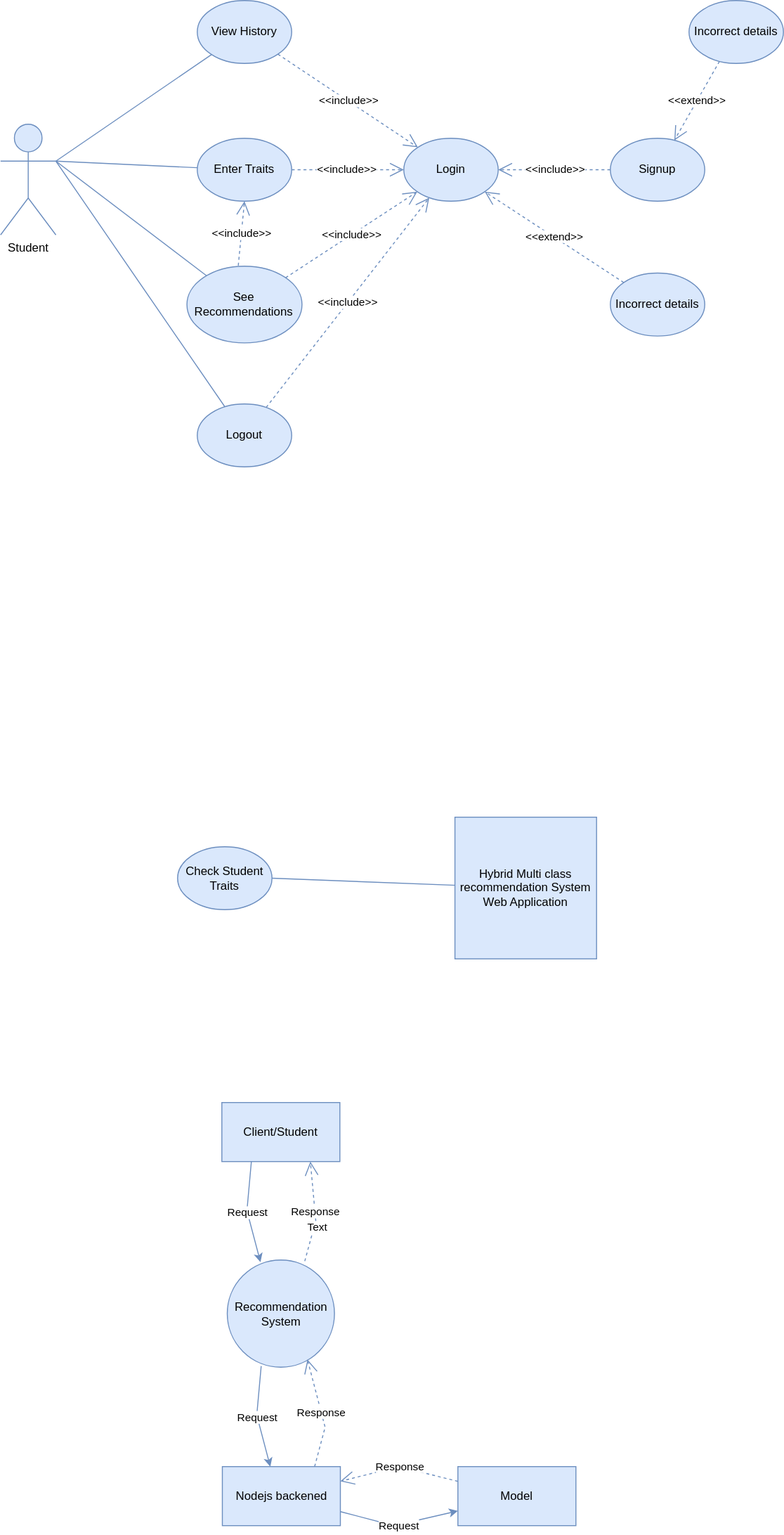
Umair-exe/fyp-diagrams keeps this draw.io diagram as useCase.svg. Above is the earlier version. Source tidied: cells renumbered, new cells last; positions are measured from the earlier drawing's top-left corner, leaving out a move shared by most shapes.
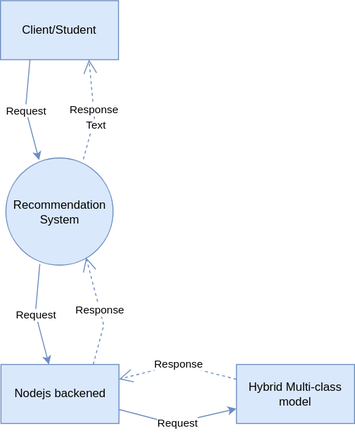
After the commit.

Change to the diagram source:
```diff
@@ -2,146 +2,77 @@
   <root>
     <mxCell id="0" />
     <mxCell id="1" parent="0" />
-    <mxCell id="2" style="endArrow=none;html=1;rounded=0;fontSize=12;entryX=0.139;entryY=0.486;entryDx=0;entryDy=0;entryPerimeter=0;exitX=1;exitY=0.5;exitDx=0;exitDy=0;fillColor=#dae8fc;strokeColor=#6c8ebf;" parent="1" edge="1" source="10" target="11">
-      <mxGeometry relative="1" as="geometry" />
-    </mxCell>
-    <mxCell id="3" value="Login" style="ellipse;whiteSpace=wrap;html=1;fillColor=#dae8fc;strokeColor=#6c8ebf;" parent="1" vertex="1">
-      <mxGeometry x="410" y="140" width="96" height="64" as="geometry" />
-    </mxCell>
-    <mxCell id="4" value="Enter Traits" style="ellipse;whiteSpace=wrap;html=1;fillColor=#dae8fc;strokeColor=#6c8ebf;" parent="1" vertex="1">
-      <mxGeometry x="200" y="140" width="96" height="64" as="geometry" />
-    </mxCell>
-    <mxCell id="5" value="&lt;font style=&quot;font-size: 12px;&quot;&gt;See Recommendations&lt;/font&gt;" style="ellipse;whiteSpace=wrap;html=1;fillColor=#dae8fc;strokeColor=#6c8ebf;" parent="1" vertex="1">
-      <mxGeometry x="189.5" y="270" width="117" height="78" as="geometry" />
-    </mxCell>
-    <mxCell id="6" value="Logout" style="ellipse;whiteSpace=wrap;html=1;fillColor=#dae8fc;strokeColor=#6c8ebf;" parent="1" vertex="1">
-      <mxGeometry x="200" y="410" width="96" height="64" as="geometry" />
-    </mxCell>
-    <mxCell id="7" style="endArrow=none;html=1;rounded=0;fillColor=#dae8fc;strokeColor=#6c8ebf;exitX=1;exitY=0.3333333333333333;exitDx=0;exitDy=0;exitPerimeter=0;" parent="1" edge="1" source="12" target="4">
-      <mxGeometry relative="1" as="geometry" />
-    </mxCell>
-    <mxCell id="8" style="endArrow=none;html=1;rounded=0;fillColor=#dae8fc;strokeColor=#6c8ebf;exitX=1;exitY=0.3333333333333333;exitDx=0;exitDy=0;exitPerimeter=0;" parent="1" edge="1" source="12" target="5">
-      <mxGeometry relative="1" as="geometry" />
-    </mxCell>
-    <mxCell id="9" style="endArrow=none;html=1;rounded=0;fillColor=#dae8fc;strokeColor=#6c8ebf;exitX=1;exitY=0.3333333333333333;exitDx=0;exitDy=0;exitPerimeter=0;" parent="1" edge="1" source="12" target="6">
-      <mxGeometry relative="1" as="geometry" />
-    </mxCell>
-    <mxCell id="10" value="Check Student Traits" style="ellipse;whiteSpace=wrap;html=1;fillColor=#dae8fc;strokeColor=#6c8ebf;" parent="1" vertex="1">
-      <mxGeometry x="180" y="860" width="96" height="64" as="geometry" />
-    </mxCell>
-    <mxCell id="11" value="Hybrid Multi class recommendation System Web Application" style="whiteSpace=wrap;html=1;fontSize=12;fillColor=#dae8fc;strokeColor=#6c8ebf;" parent="1" vertex="1">
-      <mxGeometry x="462" y="830" width="144" height="144" as="geometry" />
-    </mxCell>
-    <mxCell id="12" value="Student&lt;br&gt;" style="shape=umlActor;verticalLabelPosition=bottom;verticalAlign=top;html=1;outlineConnect=0;fillColor=#dae8fc;strokeColor=#6c8ebf;" parent="1" vertex="1">
-      <mxGeometry y="125.8" width="56.2" height="112.5" as="geometry" />
-    </mxCell>
-    <mxCell id="13" value="Signup" style="ellipse;whiteSpace=wrap;html=1;fillColor=#dae8fc;strokeColor=#6c8ebf;" parent="1" vertex="1">
-      <mxGeometry x="620" y="140" width="96" height="64" as="geometry" />
-    </mxCell>
-    <mxCell id="14" value="View History" style="ellipse;whiteSpace=wrap;html=1;fillColor=#dae8fc;strokeColor=#6c8ebf;" parent="1" vertex="1">
-      <mxGeometry x="200" width="96" height="64" as="geometry" />
-    </mxCell>
-    <mxCell id="15" style="endArrow=none;html=1;rounded=0;fillColor=#dae8fc;strokeColor=#6c8ebf;exitX=1;exitY=0.3333333333333333;exitDx=0;exitDy=0;exitPerimeter=0;" parent="1" edge="1" source="12" target="14">
-      <mxGeometry relative="1" as="geometry" />
-    </mxCell>
-    <mxCell id="16" value="&amp;lt;&amp;lt;include&amp;gt;&amp;gt;" style="endArrow=open;endSize=12;dashed=1;html=1;rounded=0;entryX=0;entryY=0;entryDx=0;entryDy=0;fillColor=#dae8fc;strokeColor=#6c8ebf;" parent="1" edge="1" source="14" target="3">
-      <mxGeometry relative="1" as="geometry" />
-    </mxCell>
-    <mxCell id="17" value="&amp;lt;&amp;lt;include&amp;gt;&amp;gt;" style="endArrow=open;endSize=12;dashed=1;html=1;rounded=0;exitX=1;exitY=0.5;exitDx=0;exitDy=0;fillColor=#dae8fc;strokeColor=#6c8ebf;" parent="1" edge="1" source="4" target="3">
-      <mxGeometry relative="1" as="geometry" />
-    </mxCell>
-    <mxCell id="18" value="&amp;lt;&amp;lt;include&amp;gt;&amp;gt;" style="endArrow=open;endSize=12;dashed=1;html=1;rounded=0;fillColor=#dae8fc;strokeColor=#6c8ebf;" parent="1" edge="1" source="5" target="3">
-      <mxGeometry relative="1" as="geometry" />
-    </mxCell>
-    <mxCell id="19" value="&amp;lt;&amp;lt;include&amp;gt;&amp;gt;" style="endArrow=open;endSize=12;dashed=1;html=1;rounded=0;fillColor=#dae8fc;strokeColor=#6c8ebf;" parent="1" edge="1" source="13" target="3">
-      <mxGeometry relative="1" as="geometry" />
-    </mxCell>
-    <mxCell id="20" value="Incorrect details" style="ellipse;whiteSpace=wrap;html=1;fillColor=#dae8fc;strokeColor=#6c8ebf;" parent="1" vertex="1">
-      <mxGeometry x="700" width="96" height="64" as="geometry" />
-    </mxCell>
-    <mxCell id="21" value="&amp;lt;&amp;lt;extend&amp;gt;&amp;gt;" style="endArrow=open;endSize=12;dashed=1;html=1;rounded=0;fillColor=#dae8fc;strokeColor=#6c8ebf;" parent="1" edge="1" source="20" target="13">
-      <mxGeometry relative="1" as="geometry" />
-    </mxCell>
-    <mxCell id="22" value="Incorrect details" style="ellipse;whiteSpace=wrap;html=1;fillColor=#dae8fc;strokeColor=#6c8ebf;" parent="1" vertex="1">
-      <mxGeometry x="620" y="277" width="96" height="64" as="geometry" />
-    </mxCell>
-    <mxCell id="23" value="&amp;lt;&amp;lt;extend&amp;gt;&amp;gt;" style="endArrow=open;endSize=12;dashed=1;html=1;rounded=0;fillColor=#dae8fc;strokeColor=#6c8ebf;" parent="1" edge="1" source="22" target="3">
-      <mxGeometry relative="1" as="geometry" />
-    </mxCell>
-    <mxCell id="24" value="&amp;lt;&amp;lt;include&amp;gt;&amp;gt;" style="endArrow=open;endSize=12;dashed=1;html=1;rounded=0;fillColor=#dae8fc;strokeColor=#6c8ebf;" parent="1" edge="1" source="6" target="3">
-      <mxGeometry relative="1" as="geometry" />
-    </mxCell>
+    <mxCell id="40" style="group;" parent="1" vertex="1">
+      <mxGeometry x="225" y="1120" width="360" height="430" as="geometry" />
+    </mxCell>
-    <mxCell id="25" value="Recommendation System" style="ellipse;whiteSpace=wrap;html=1;fillColor=#dae8fc;strokeColor=#6c8ebf;" parent="1" vertex="1">
-      <mxGeometry x="230.5" y="1280" width="109" height="109" as="geometry" />
+    <mxCell id="25" value="Recommendation System" style="ellipse;whiteSpace=wrap;html=1;fillColor=#dae8fc;strokeColor=#6c8ebf;" parent="40" vertex="1">
+      <mxGeometry x="5.5" y="160" width="109" height="109" as="geometry" />
     </mxCell>
-    <mxCell id="26" value="Client/Student" style="rounded=0;whiteSpace=wrap;html=1;fillColor=#dae8fc;strokeColor=#6c8ebf;" parent="1" vertex="1">
-      <mxGeometry x="225" y="1120" width="120" height="60" as="geometry" />
+    <mxCell id="26" value="Client/Student" style="rounded=0;whiteSpace=wrap;html=1;fillColor=#dae8fc;strokeColor=#6c8ebf;" parent="40" vertex="1">
+      <mxGeometry width="120" height="60" as="geometry" />
     </mxCell>
-    <mxCell id="27" value="Model" style="rounded=0;whiteSpace=wrap;html=1;fillColor=#dae8fc;strokeColor=#6c8ebf;" parent="1" vertex="1">
-      <mxGeometry x="465" y="1490" width="120" height="60" as="geometry" />
+    <mxCell id="27" value="Hybrid Multi-class model" style="rounded=0;whiteSpace=wrap;html=1;fillColor=#dae8fc;strokeColor=#6c8ebf;" parent="40" vertex="1">
+      <mxGeometry x="240" y="370" width="120" height="60" as="geometry" />
     </mxCell>
-    <mxCell id="28" value="Nodejs backened" style="rounded=0;whiteSpace=wrap;html=1;fillColor=#dae8fc;strokeColor=#6c8ebf;" parent="1" vertex="1">
-      <mxGeometry x="225.5" y="1490" width="120" height="60" as="geometry" />
+    <mxCell id="28" value="Nodejs backened" style="rounded=0;whiteSpace=wrap;html=1;fillColor=#dae8fc;strokeColor=#6c8ebf;" parent="40" vertex="1">
+      <mxGeometry x="0.5" y="370" width="120" height="60" as="geometry" />
     </mxCell>
-    <mxCell id="29" value="Response" style="endArrow=open;endSize=12;dashed=1;html=1;rounded=0;exitX=0.723;exitY=0.011;exitDx=0;exitDy=0;exitPerimeter=0;entryX=0.75;entryY=1;entryDx=0;entryDy=0;fillColor=#dae8fc;strokeColor=#6c8ebf;" parent="1" edge="1" source="25" target="26">
+    <mxCell id="29" value="Response" style="endArrow=open;endSize=12;dashed=1;html=1;rounded=0;exitX=0.723;exitY=0.011;exitDx=0;exitDy=0;exitPerimeter=0;entryX=0.75;entryY=1;entryDx=0;entryDy=0;fillColor=#dae8fc;strokeColor=#6c8ebf;" parent="40" edge="1" source="25" target="26">
       <mxGeometry relative="1" as="geometry">
         <Array as="points">
-          <mxPoint x="320.5" y="1240" />
+          <mxPoint x="95.5" y="120" />
         </Array>
       </mxGeometry>
     </mxCell>
     <mxCell id="30" value="Text" style="edgeLabel;html=1;align=center;verticalAlign=middle;" parent="29" vertex="1">
       <mxGeometry x="-0.3" y="-3" relative="1" as="geometry" />
     </mxCell>
-    <mxCell id="31" style="endArrow=classic;html=1;rounded=0;exitX=0.25;exitY=1;exitDx=0;exitDy=0;entryX=0.31;entryY=0.02;entryDx=0;entryDy=0;entryPerimeter=0;fillColor=#dae8fc;strokeColor=#6c8ebf;" parent="1" edge="1" source="26" target="25">
+    <mxCell id="31" style="endArrow=classic;html=1;rounded=0;exitX=0.25;exitY=1;exitDx=0;exitDy=0;entryX=0.31;entryY=0.02;entryDx=0;entryDy=0;entryPerimeter=0;fillColor=#dae8fc;strokeColor=#6c8ebf;" parent="40" edge="1" source="26" target="25">
       <mxGeometry relative="1" as="geometry">
         <Array as="points">
-          <mxPoint x="250.5" y="1230" />
+          <mxPoint x="25.5" y="110" />
         </Array>
       </mxGeometry>
     </mxCell>
     <mxCell id="32" value="Request" style="edgeLabel;html=1;align=center;verticalAlign=middle;" parent="31" vertex="1">
       <mxGeometry relative="1" as="geometry" />
     </mxCell>
-    <mxCell id="33" style="endArrow=classic;html=1;rounded=0;exitX=0.25;exitY=1;exitDx=0;exitDy=0;entryX=0.31;entryY=0.02;entryDx=0;entryDy=0;entryPerimeter=0;fillColor=#dae8fc;strokeColor=#6c8ebf;" parent="1" edge="1">
+    <mxCell id="33" style="endArrow=classic;html=1;rounded=0;exitX=0.25;exitY=1;exitDx=0;exitDy=0;entryX=0.31;entryY=0.02;entryDx=0;entryDy=0;entryPerimeter=0;fillColor=#dae8fc;strokeColor=#6c8ebf;" parent="40" edge="1">
       <mxGeometry relative="1" as="geometry">
-        <mxPoint x="265" y="1387.8" as="sourcePoint" />
-        <mxPoint x="274.3" y="1490" as="targetPoint" />
+        <mxPoint x="40" y="267.8" as="sourcePoint" />
+        <mxPoint x="49.3" y="370" as="targetPoint" />
         <Array as="points">
-          <mxPoint x="260.5" y="1437.8" />
+          <mxPoint x="35.5" y="317.8" />
         </Array>
       </mxGeometry>
     </mxCell>
     <mxCell id="34" value="Request" style="edgeLabel;html=1;align=center;verticalAlign=middle;" parent="33" vertex="1">
       <mxGeometry relative="1" as="geometry" />
     </mxCell>
-    <mxCell id="35" value="Response" style="endArrow=open;endSize=12;dashed=1;html=1;rounded=0;exitX=0.723;exitY=0.011;exitDx=0;exitDy=0;exitPerimeter=0;fillColor=#dae8fc;strokeColor=#6c8ebf;entryX=0.748;entryY=0.928;entryDx=0;entryDy=0;entryPerimeter=0;" parent="1" edge="1" target="25">
+    <mxCell id="35" value="Response" style="endArrow=open;endSize=12;dashed=1;html=1;rounded=0;exitX=0.723;exitY=0.011;exitDx=0;exitDy=0;exitPerimeter=0;fillColor=#dae8fc;strokeColor=#6c8ebf;entryX=0.748;entryY=0.928;entryDx=0;entryDy=0;entryPerimeter=0;" parent="40" edge="1" target="25">
       <mxGeometry relative="1" as="geometry">
-        <mxPoint x="319.3" y="1490" as="sourcePoint" />
+        <mxPoint x="94.3" y="370" as="sourcePoint" />
         <Array as="points">
-          <mxPoint x="330" y="1450" />
+          <mxPoint x="105" y="330" />
         </Array>
       </mxGeometry>
     </mxCell>
-    <mxCell id="36" style="endArrow=classic;html=1;rounded=0;entryX=0;entryY=0.75;entryDx=0;entryDy=0;fillColor=#dae8fc;strokeColor=#6c8ebf;" parent="1" edge="1" source="28" target="27">
+    <mxCell id="36" style="endArrow=classic;html=1;rounded=0;entryX=0;entryY=0.75;entryDx=0;entryDy=0;fillColor=#dae8fc;strokeColor=#6c8ebf;" parent="40" edge="1" source="28" target="27">
       <mxGeometry relative="1" as="geometry">
         <Array as="points">
-          <mxPoint x="400" y="1550" />
+          <mxPoint x="175" y="430" />
         </Array>
       </mxGeometry>
     </mxCell>
     <mxCell id="37" value="Request" style="edgeLabel;html=1;align=center;verticalAlign=middle;" parent="36" vertex="1">
       <mxGeometry relative="1" as="geometry" />
     </mxCell>
-    <mxCell id="38" value="Response" style="endArrow=open;endSize=12;dashed=1;html=1;rounded=0;exitX=0;exitY=0.25;exitDx=0;exitDy=0;fillColor=#dae8fc;strokeColor=#6c8ebf;" parent="1" edge="1" source="27" target="28">
+    <mxCell id="38" value="Response" style="endArrow=open;endSize=12;dashed=1;html=1;rounded=0;exitX=0;exitY=0.25;exitDx=0;exitDy=0;fillColor=#dae8fc;strokeColor=#6c8ebf;" parent="40" edge="1" source="27" target="28">
       <mxGeometry relative="1" as="geometry">
         <Array as="points">
-          <mxPoint x="405" y="1490" />
+          <mxPoint x="180" y="370" />
         </Array>
       </mxGeometry>
     </mxCell>
-    <mxCell id="39" value="&amp;lt;&amp;lt;include&amp;gt;&amp;gt;" style="endArrow=open;endSize=12;dashed=1;html=1;rounded=0;exitX=0.446;exitY=-0.007;exitDx=0;exitDy=0;exitPerimeter=0;entryX=0.5;entryY=1;entryDx=0;entryDy=0;fillColor=#dae8fc;strokeColor=#6c8ebf;" parent="1" edge="1" source="5" target="4">
-      <mxGeometry relative="1" as="geometry" />
-    </mxCell>
   </root>
 </mxGraphModel>
```
